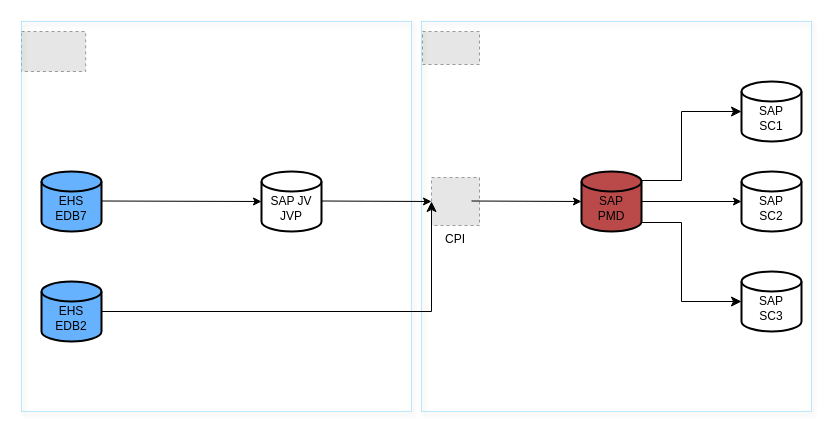
Before: EDB2PMD.drawio in klcpcool/sap_btp_icons_drawio_lib, a draw.io diagram. Source tidied: cells renumbered, new cells numbered last; positions are measured from the earlier drawing's top-left corner, leaving out a move shared by most shapes. Both pictures are drawn from the tidied source at 100%, with x=0, y=0 at pixel (21, 21). Pictures stored in the file or linked from it are replaced by grey dashed boxes.
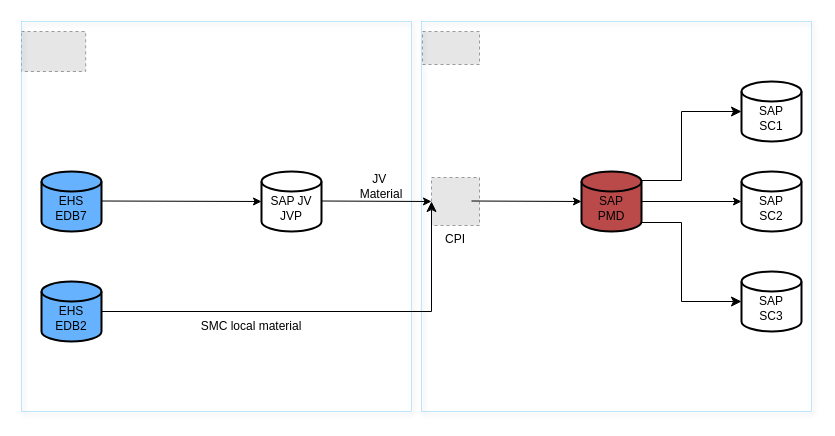
Above is the later version.

Diff of the diagram source:
```diff
@@
+    <mxCell id="21" value="SMC local material" style="text;html=1;align=center;verticalAlign=middle;whiteSpace=wrap;rounded=0;" parent="1" vertex="1">
+      <mxGeometry x="170" y="290" width="120" height="30" as="geometry" />
+    </mxCell>
+    <mxCell id="22" value="JV&amp;nbsp;&lt;div&gt;Material&lt;/div&gt;" style="text;html=1;align=center;verticalAlign=middle;whiteSpace=wrap;rounded=0;" parent="1" vertex="1">
+      <mxGeometry x="330" y="150" width="60" height="30" as="geometry" />
+    </mxCell>
```
